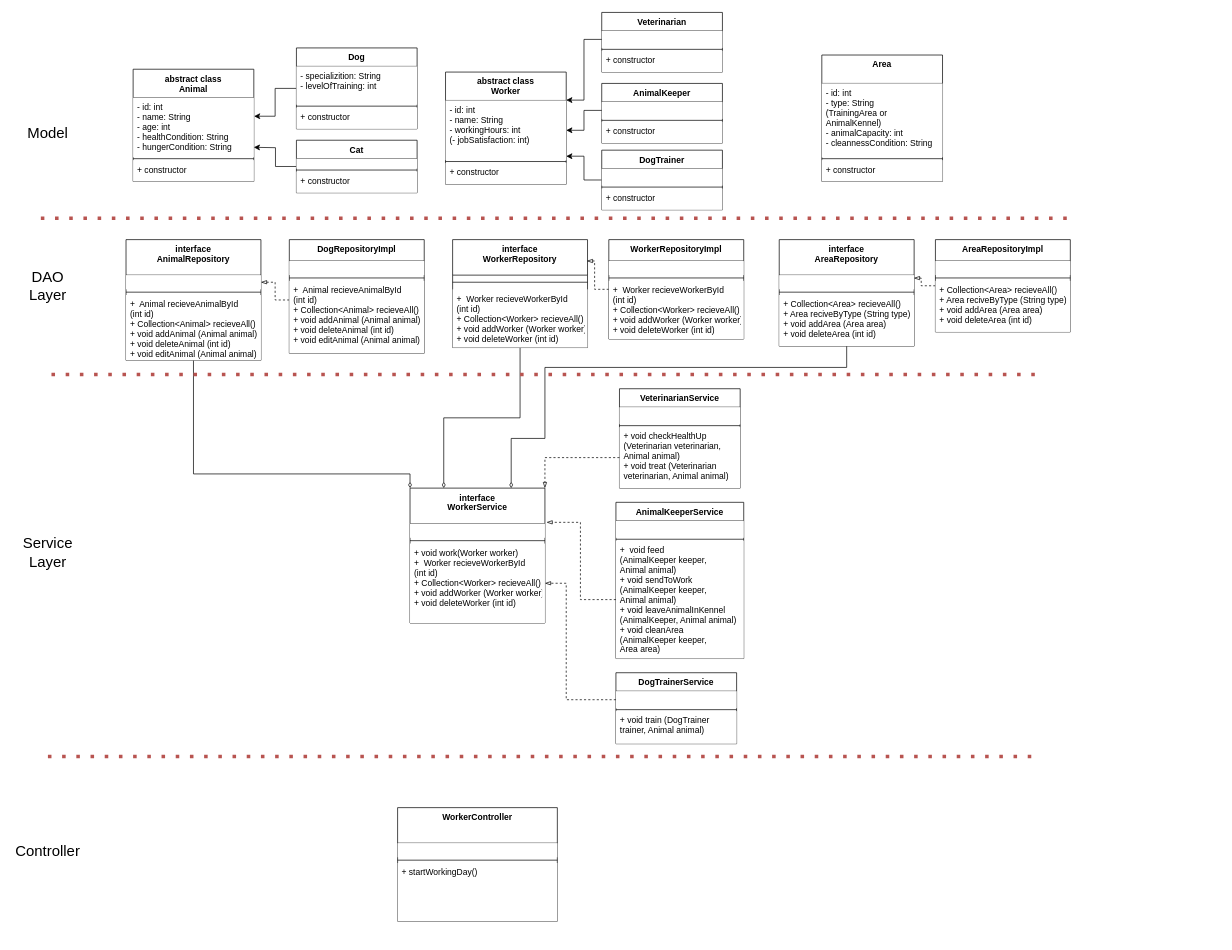
Above: FarmDogArchitecture.drawio in margarita-sk/FarmDog (draw.io), before the change. Source tidied: cells renumbered, new cells numbered last; positions are measured from the earlier drawing's top-left corner, leaving out a move shared by most shapes. Both pictures are drawn from the tidied source at 71%, with x=0, y=0 at pixel (12, 12).
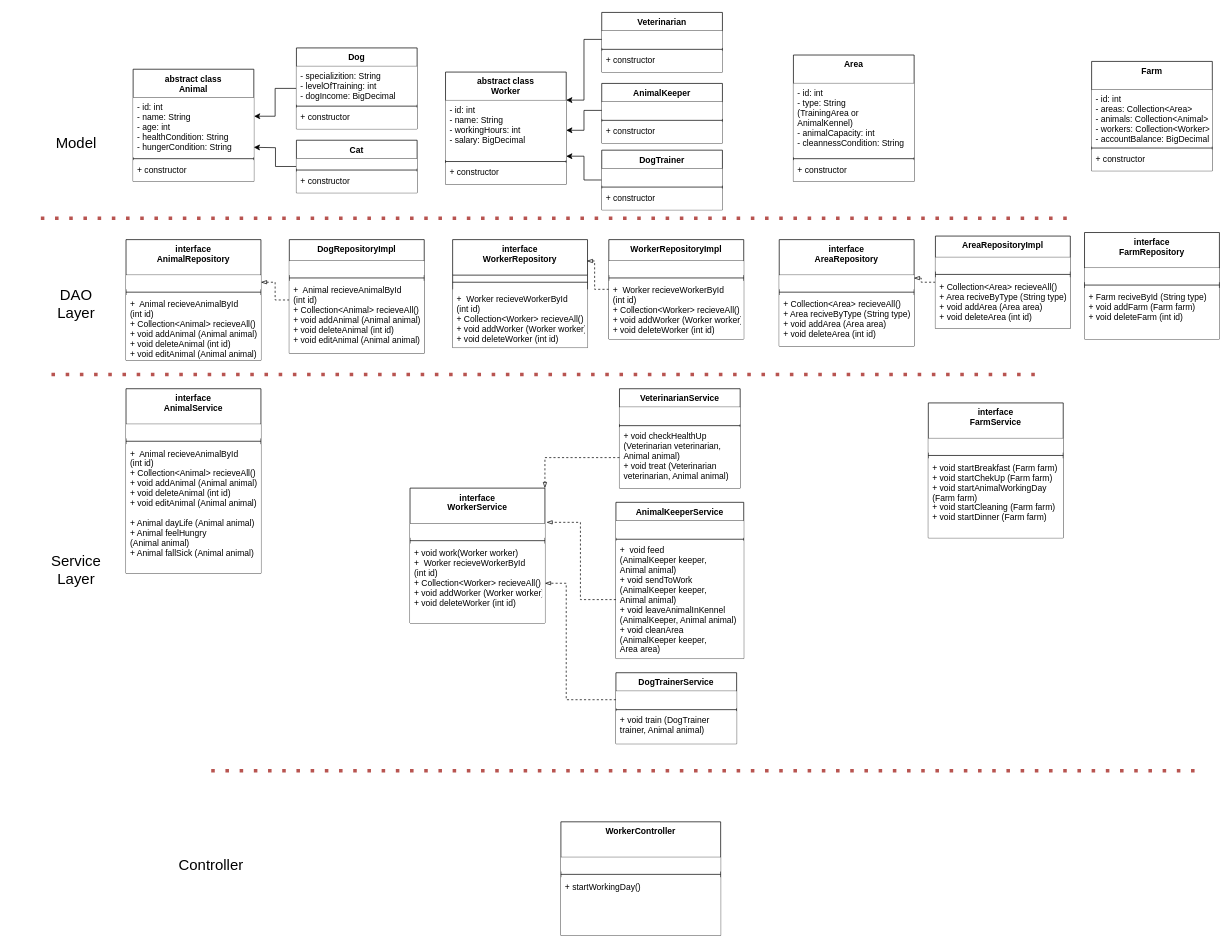
The same diagram, later.

Unchanged cells that the change refers to:
```xml
<mxCell id="3" value="Dog" style="swimlane;fontStyle=1;align=center;verticalAlign=top;horizontal=1;startSize=26;fillColor=#FFFFFF;" parent="1" vertex="1">
  <mxGeometry x="400" y="50" width="170" height="114" as="geometry" />
</mxCell>
<mxCell id="20" value="abstract class&#10;Worker" style="swimlane;fontStyle=1;align=center;verticalAlign=top;horizontal=1;startSize=40;fillColor=#FFFFFF;" parent="1" vertex="1">
  <mxGeometry x="610" y="84" width="170" height="158" as="geometry" />
</mxCell>
<mxCell id="34" value="interface&#10;AnimalRepository" style="swimlane;fontStyle=1;align=center;verticalAlign=top;horizontal=1;startSize=50;fillColor=#FFFFFF;" parent="1" vertex="1">
  <mxGeometry x="160" y="320" width="190" height="170" as="geometry" />
</mxCell>
<mxCell id="39" value="interface&#10;WorkerRepository" style="swimlane;fontStyle=1;align=center;verticalAlign=top;horizontal=1;startSize=50;fillColor=#FFFFFF;" parent="1" vertex="1">
  <mxGeometry x="620" y="320" width="190" height="152" as="geometry" />
</mxCell>
<mxCell id="43" value="interface&#10;AreaRepository" style="swimlane;fontStyle=1;align=center;verticalAlign=top;horizontal=1;startSize=50;fillColor=#FFFFFF;" parent="1" vertex="1">
  <mxGeometry x="1080" y="320" width="190" height="150" as="geometry" />
</mxCell>
<mxCell id="57" value="interface&#10;WorkerService" style="swimlane;fontStyle=1;align=center;verticalAlign=top;horizontal=1;startSize=50;fillColor=#FFFFFF;" parent="1" vertex="1">
  <mxGeometry x="560" y="670" width="190" height="190" as="geometry" />
</mxCell>
```

Change to the diagram source:
```diff
@@
-    <mxCell id="4" value="- specializition: String&#10;- levelOfTraining: int" style="text;strokeColor=none;align=left;verticalAlign=top;spacingLeft=4;spacingRight=4;overflow=hidden;fillColor=#ffffff;" parent="3" vertex="1">
+    <mxCell id="4" value="- specializition: String&#10;- levelOfTraining: int&#10;- dogIncome: BigDecimal" style="text;strokeColor=none;align=left;verticalAlign=top;spacingLeft=4;spacingRight=4;overflow=hidden;fillColor=#ffffff;" parent="3" vertex="1">
       <mxGeometry y="26" width="170" height="54" as="geometry" />
     </mxCell>
@@
-    <mxCell id="21" value="- id: int&#10;- name: String&#10;- workingHours: int&#10;(- jobSatisfaction: int)" style="text;strokeColor=none;align=left;verticalAlign=top;spacingLeft=4;spacingRight=4;overflow=hidden;points=[[0,0.5],[1,0.5]];portConstraint=eastwest;fillColor=#ffffff;" parent="20" vertex="1">
+    <mxCell id="21" value="- id: int&#10;- name: String&#10;- workingHours: int&#10;- salary: BigDecimal" style="text;strokeColor=none;align=left;verticalAlign=top;spacingLeft=4;spacingRight=4;overflow=hidden;points=[[0,0.5],[1,0.5]];portConstraint=eastwest;fillColor=#ffffff;" parent="20" vertex="1">
       <mxGeometry y="40" width="170" height="84" as="geometry" />
     </mxCell>
@@
     <mxCell id="28" value="Area" style="swimlane;fontStyle=1;align=center;verticalAlign=top;horizontal=1;startSize=40;fillColor=#FFFFFF;" parent="1" vertex="1">
-      <mxGeometry x="1140" y="60" width="170" height="178" as="geometry" />
+      <mxGeometry x="1100" y="60" width="170" height="178" as="geometry" />
     </mxCell>
@@
-    <mxCell id="33" style="edgeStyle=orthogonalEdgeStyle;rounded=0;jettySize=auto;html=1;entryX=0;entryY=0;entryDx=0;entryDy=0;endArrow=diamondThin;endFill=0;" parent="1" edge="1" source="34" target="57">
-      <mxGeometry relative="1" as="geometry">
-        <Array as="points">
-          <mxPoint x="255" y="650" />
-          <mxPoint x="560" y="650" />
-        </Array>
-      </mxGeometry>
-    </mxCell>
@@
-    <mxCell id="38" style="edgeStyle=orthogonalEdgeStyle;rounded=0;jettySize=auto;html=1;exitX=0.5;exitY=1;exitDx=0;exitDy=0;entryX=0.25;entryY=0;entryDx=0;entryDy=0;endArrow=diamondThin;endFill=0;" parent="1" edge="1" source="39" target="57">
-      <mxGeometry relative="1" as="geometry" />
-    </mxCell>
@@
-    <mxCell id="42" style="edgeStyle=orthogonalEdgeStyle;rounded=0;jettySize=auto;html=1;exitX=0.5;exitY=1;exitDx=0;exitDy=0;entryX=0.75;entryY=0;entryDx=0;entryDy=0;endArrow=diamondThin;endFill=0;" parent="1" edge="1" source="43" target="57">
-      <mxGeometry relative="1" as="geometry">
-        <Array as="points">
-          <mxPoint x="1175" y="500" />
-          <mxPoint x="750" y="500" />
-          <mxPoint x="750" y="600" />
-          <mxPoint x="703" y="600" />
-        </Array>
-      </mxGeometry>
-    </mxCell>
@@
     <mxCell id="54" value="&lt;span style=&quot;font-size: 21px&quot;&gt;Model&lt;/span&gt;" style="text;html=1;strokeColor=none;fillColor=none;align=center;verticalAlign=middle;whiteSpace=wrap;rounded=0;strokeWidth=1;" parent="1" vertex="1">
-      <mxGeometry y="130" width="100" height="80" as="geometry" />
+      <mxGeometry x="40" y="143" width="100" height="80" as="geometry" />
     </mxCell>
     <mxCell id="55" value="&lt;font style=&quot;font-size: 21px&quot;&gt;DAO Layer&lt;/font&gt;" style="text;html=1;strokeColor=none;fillColor=none;align=center;verticalAlign=middle;whiteSpace=wrap;rounded=0;strokeWidth=1;" parent="1" vertex="1">
-      <mxGeometry y="345" width="100" height="80" as="geometry" />
+      <mxGeometry x="40" y="370" width="100" height="80" as="geometry" />
     </mxCell>
     <mxCell id="56" value="&lt;font style=&quot;font-size: 21px&quot;&gt;Service Layer&lt;/font&gt;" style="text;html=1;strokeColor=none;fillColor=none;align=center;verticalAlign=middle;whiteSpace=wrap;rounded=0;strokeWidth=1;" parent="1" vertex="1">
-      <mxGeometry y="720" width="100" height="80" as="geometry" />
+      <mxGeometry x="40" y="745" width="100" height="80" as="geometry" />
     </mxCell>
@@
     <mxCell id="84" value="AreaRepositoryImpl" style="swimlane;fontStyle=1;align=center;verticalAlign=top;horizontal=1;startSize=30;fillColor=#FFFFFF;" parent="1" vertex="1">
-      <mxGeometry x="1300" y="320" width="190" height="130" as="geometry" />
+      <mxGeometry x="1300" y="315" width="190" height="130" as="geometry" />
     </mxCell>
@@
     <mxCell id="93" value="WorkerController" style="swimlane;fontStyle=1;align=center;verticalAlign=top;horizontal=1;startSize=50;fillColor=#FFFFFF;" parent="1" vertex="1">
-      <mxGeometry x="542.5" y="1120" width="225" height="160" as="geometry" />
+      <mxGeometry x="772.5" y="1140" width="225" height="160" as="geometry" />
     </mxCell>
@@
     <mxCell id="97" style="endArrow=none;dashed=1;html=1;dashPattern=1 3;strokeWidth=5;fillColor=#f8cecc;strokeColor=#b85450;" parent="1" edge="1">
       <mxGeometry relative="1" as="geometry">
-        <mxPoint x="50" y="1048" as="sourcePoint" />
-        <mxPoint x="1450" y="1048" as="targetPoint" />
+        <mxPoint x="280" y="1068" as="sourcePoint" />
+        <mxPoint x="1680" y="1068" as="targetPoint" />
       </mxGeometry>
     </mxCell>
     <mxCell id="98" value="&lt;span style=&quot;font-size: 21px&quot;&gt;Controller&lt;/span&gt;" style="text;html=1;strokeColor=none;fillColor=none;align=center;verticalAlign=middle;whiteSpace=wrap;rounded=0;strokeWidth=1;" parent="1" vertex="1">
-      <mxGeometry y="1140" width="100" height="80" as="geometry" />
+      <mxGeometry x="230" y="1160" width="100" height="80" as="geometry" />
     </mxCell>
+    <mxCell id="99" value="Farm" style="swimlane;fontStyle=1;align=center;verticalAlign=top;horizontal=1;startSize=40;fillColor=#FFFFFF;" parent="1" vertex="1">
+      <mxGeometry x="1520" y="69" width="170" height="154" as="geometry" />
+    </mxCell>
+    <mxCell id="100" value="- id: int&#10;- areas: Collection&lt;Area&gt;&#10;- animals: Collection&lt;Animal&gt;&#10;- workers: Collection&lt;Worker&gt;&#10;- accountBalance: BigDecimal" style="text;strokeColor=none;align=left;verticalAlign=top;spacingLeft=4;spacingRight=4;overflow=hidden;fillColor=#ffffff;" parent="99" vertex="1">
+      <mxGeometry y="40" width="170" height="80" as="geometry" />
+    </mxCell>
+    <mxCell id="101" style="line;strokeWidth=1;fillColor=none;align=left;verticalAlign=middle;spacingTop=-1;spacingLeft=3;spacingRight=3;labelPosition=right;" parent="99" vertex="1">
+      <mxGeometry y="120" width="170" height="4" as="geometry" />
+    </mxCell>
+    <mxCell id="102" value="+ constructor" style="text;strokeColor=none;align=left;verticalAlign=top;spacingLeft=4;spacingRight=4;overflow=hidden;fillColor=#ffffff;" parent="99" vertex="1">
+      <mxGeometry y="124" width="170" height="30" as="geometry" />
+    </mxCell>
+    <mxCell id="103" value="interface&#10;FarmRepository" style="swimlane;fontStyle=1;align=center;verticalAlign=top;horizontal=1;startSize=50;fillColor=#FFFFFF;" parent="1" vertex="1">
+      <mxGeometry x="1510" y="310" width="190" height="150" as="geometry" />
+    </mxCell>
+    <mxCell id="104" style="text;strokeColor=none;align=left;verticalAlign=top;spacingLeft=4;spacingRight=4;overflow=hidden;fillColor=#ffffff;" parent="103" vertex="1">
+      <mxGeometry y="50" width="190" height="20" as="geometry" />
+    </mxCell>
+    <mxCell id="105" style="line;strokeWidth=1;fillColor=none;align=left;verticalAlign=middle;spacingTop=-1;spacingLeft=3;spacingRight=3;labelPosition=right;" parent="103" vertex="1">
+      <mxGeometry y="70" width="190" height="8" as="geometry" />
+    </mxCell>
+    <mxCell id="106" value="+ Farm reciveById (String type)&#10;+ void addFarm (Farm farm)&#10;+ void deleteFarm (int id)" style="text;strokeColor=none;align=left;verticalAlign=top;spacingLeft=4;spacingRight=4;overflow=hidden;fillColor=#ffffff;" parent="103" vertex="1">
+      <mxGeometry y="78" width="190" height="72" as="geometry" />
+    </mxCell>
+    <mxCell id="107" value="interface&#10;FarmService" style="swimlane;fontStyle=1;align=center;verticalAlign=top;horizontal=1;startSize=50;fillColor=#FFFFFF;" parent="1" vertex="1">
+      <mxGeometry x="1290" y="550" width="190" height="190" as="geometry" />
+    </mxCell>
+    <mxCell id="108" style="text;strokeColor=none;align=left;verticalAlign=top;spacingLeft=4;spacingRight=4;overflow=hidden;fillColor=#ffffff;" parent="107" vertex="1">
+      <mxGeometry y="50" width="190" height="20" as="geometry" />
+    </mxCell>
+    <mxCell id="109" style="line;strokeWidth=1;fillColor=none;align=left;verticalAlign=middle;spacingTop=-1;spacingLeft=3;spacingRight=3;labelPosition=right;" parent="107" vertex="1">
+      <mxGeometry y="70" width="190" height="8" as="geometry" />
+    </mxCell>
+    <mxCell id="110" value="+ void startBreakfast (Farm farm)&#10;+ void startChekUp (Farm farm)&#10;+ void startAnimalWorkingDay &#10;(Farm farm)&#10;+ void startCleaning (Farm farm)&#10;+ void startDinner (Farm farm)" style="text;strokeColor=none;align=left;verticalAlign=top;spacingLeft=4;spacingRight=4;overflow=hidden;fillColor=#ffffff;" parent="107" vertex="1">
+      <mxGeometry y="78" width="190" height="112" as="geometry" />
+    </mxCell>
+    <mxCell id="111" value="interface&#10;AnimalService" style="swimlane;fontStyle=1;align=center;verticalAlign=top;horizontal=1;startSize=50;fillColor=#FFFFFF;" parent="1" vertex="1">
+      <mxGeometry x="160" y="530" width="190" height="260" as="geometry" />
+    </mxCell>
+    <mxCell id="112" style="text;strokeColor=none;align=left;verticalAlign=top;spacingLeft=4;spacingRight=4;overflow=hidden;fillColor=#ffffff;" parent="111" vertex="1">
+      <mxGeometry y="50" width="190" height="20" as="geometry" />
+    </mxCell>
+    <mxCell id="113" style="line;strokeWidth=1;fillColor=none;align=left;verticalAlign=middle;spacingTop=-1;spacingLeft=3;spacingRight=3;labelPosition=right;" parent="111" vertex="1">
+      <mxGeometry y="70" width="190" height="8" as="geometry" />
+    </mxCell>
+    <mxCell id="114" value="+  Animal recieveAnimalById &#10;(int id)&#10;+ Collection&lt;Animal&gt; recieveAll()&#10;+ void addAnimal (Animal animal)&#10;+ void deleteAnimal (int id)&#10;+ void editAnimal (Animal animal)&#10;&#10;+ Animal dayLife (Animal animal)&#10;+ Animal feelHungry &#10;(Animal animal)&#10;+ Animal fallSick (Animal animal)" style="text;strokeColor=none;align=left;verticalAlign=top;spacingLeft=4;spacingRight=4;overflow=hidden;fillColor=#ffffff;" parent="111" vertex="1">
+      <mxGeometry y="78" width="190" height="182" as="geometry" />
+    </mxCell>
```
